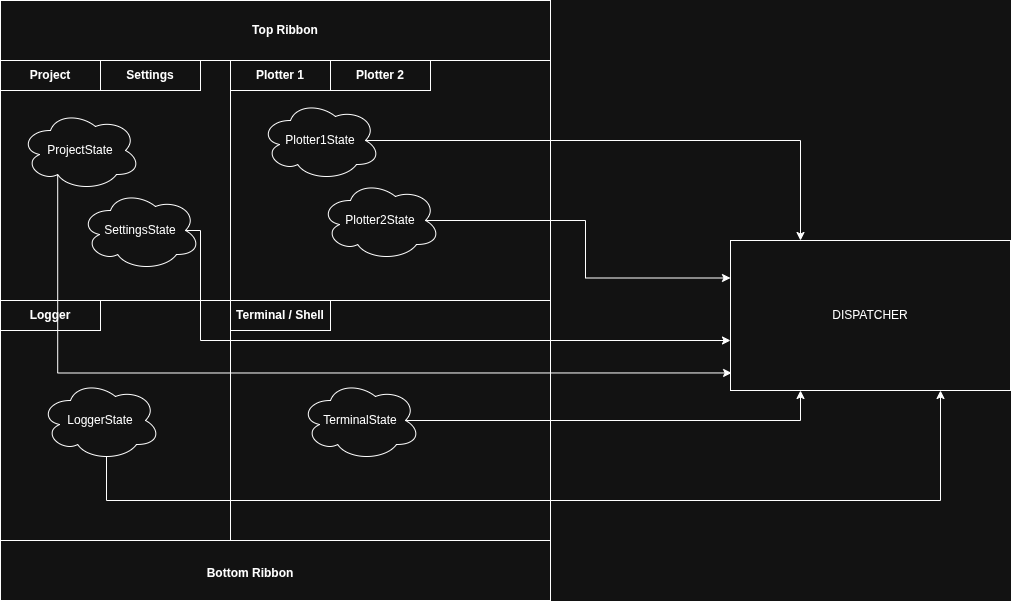
Before: book/src/images/Basic_App_State.drawio.png, a diagram exported from draw.io (saturn77/egui_mobius). Source tidied: cells renumbered, new cells last; positions are measured from the earlier drawing's top-left corner, leaving out a move shared by most shapes. The source it was exported from:
```xml
<mxGraphModel>
  <root>
    <mxCell id="0" />
    <mxCell id="1" parent="0" />
    <mxCell id="2" style="rounded=0;whiteSpace=wrap;html=1;" parent="1" vertex="1">
      <mxGeometry x="230" y="300" width="320" height="240" as="geometry" />
    </mxCell>
    <mxCell id="3" value="Terminal / Shell" style="rounded=0;whiteSpace=wrap;html=1;fontStyle=1;" parent="1" vertex="1">
      <mxGeometry x="230" y="300" width="100" height="30" as="geometry" />
    </mxCell>
    <mxCell id="4" style="rounded=0;whiteSpace=wrap;html=1;" parent="1" vertex="1">
      <mxGeometry x="230" y="60" width="320" height="240" as="geometry" />
    </mxCell>
    <mxCell id="5" value="Plotter 1" style="rounded=0;whiteSpace=wrap;html=1;fontStyle=1;" parent="1" vertex="1">
      <mxGeometry x="230" y="60" width="100" height="30" as="geometry" />
    </mxCell>
    <mxCell id="6" value="Plotter 2" style="rounded=0;whiteSpace=wrap;html=1;fontStyle=1;" parent="1" vertex="1">
      <mxGeometry x="330" y="60" width="100" height="30" as="geometry" />
    </mxCell>
    <mxCell id="7" style="rounded=0;whiteSpace=wrap;html=1;" parent="1" vertex="1">
      <mxGeometry y="60" width="230" height="240" as="geometry" />
    </mxCell>
    <mxCell id="8" value="Project" style="rounded=0;whiteSpace=wrap;html=1;fontStyle=1;" parent="1" vertex="1">
      <mxGeometry y="60" width="100" height="30" as="geometry" />
    </mxCell>
    <mxCell id="9" style="rounded=0;whiteSpace=wrap;html=1;" parent="1" vertex="1">
      <mxGeometry y="300" width="230" height="240" as="geometry" />
    </mxCell>
    <mxCell id="10" value="Logger" style="rounded=0;whiteSpace=wrap;html=1;fontStyle=1;" parent="1" vertex="1">
      <mxGeometry y="300" width="100" height="30" as="geometry" />
    </mxCell>
    <mxCell id="11" style="rounded=0;whiteSpace=wrap;html=1;" parent="1" vertex="1">
      <mxGeometry width="550" height="60" as="geometry" />
    </mxCell>
    <mxCell id="12" value="Top Ribbon" style="text;html=1;whiteSpace=wrap;strokeColor=none;fillColor=none;align=center;verticalAlign=middle;rounded=0;fontStyle=1;" parent="1" vertex="1">
      <mxGeometry x="215" y="17.5" width="140" height="25" as="geometry" />
    </mxCell>
    <mxCell id="13" style="rounded=0;whiteSpace=wrap;html=1;" parent="1" vertex="1">
      <mxGeometry y="540" width="550" height="60" as="geometry" />
    </mxCell>
    <mxCell id="14" value="Settings" style="rounded=0;whiteSpace=wrap;html=1;fontStyle=1;" parent="1" vertex="1">
      <mxGeometry x="100" y="60" width="100" height="30" as="geometry" />
    </mxCell>
    <mxCell id="15" value="Bottom Ribbon" style="text;html=1;whiteSpace=wrap;strokeColor=none;fillColor=none;align=center;verticalAlign=middle;rounded=0;fontStyle=1;" parent="1" vertex="1">
      <mxGeometry x="180" y="560" width="140" height="25" as="geometry" />
    </mxCell>
    <mxCell id="16" value="DISPATCHER" style="rounded=0;whiteSpace=wrap;html=1;" parent="1" vertex="1">
      <mxGeometry x="730" y="240" width="280" height="150" as="geometry" />
    </mxCell>
    <mxCell id="17" style="edgeStyle=orthogonalEdgeStyle;rounded=0;jettySize=auto;html=1;exitX=0.31;exitY=0.8;exitDx=0;exitDy=0;exitPerimeter=0;entryX=0.004;entryY=0.883;entryDx=0;entryDy=0;entryPerimeter=0;" parent="1" edge="1" source="18" target="16">
      <mxGeometry relative="1" as="geometry">
        <Array as="points">
          <mxPoint x="57" y="373" />
        </Array>
      </mxGeometry>
    </mxCell>
    <mxCell id="18" value="ProjectState" style="ellipse;shape=cloud;whiteSpace=wrap;html=1;" parent="1" vertex="1">
      <mxGeometry x="20" y="110" width="120" height="80" as="geometry" />
    </mxCell>
    <mxCell id="19" style="edgeStyle=orthogonalEdgeStyle;rounded=0;jettySize=auto;html=1;exitX=0.875;exitY=0.5;exitDx=0;exitDy=0;exitPerimeter=0;" parent="1" edge="1" source="20" target="16">
      <mxGeometry relative="1" as="geometry">
        <Array as="points">
          <mxPoint x="200" y="230" />
          <mxPoint x="200" y="340" />
        </Array>
      </mxGeometry>
    </mxCell>
    <mxCell id="20" value="SettingsState" style="ellipse;shape=cloud;whiteSpace=wrap;html=1;" parent="1" vertex="1">
      <mxGeometry x="80" y="190" width="120" height="80" as="geometry" />
    </mxCell>
    <mxCell id="21" style="edgeStyle=orthogonalEdgeStyle;rounded=0;jettySize=auto;html=1;exitX=0.875;exitY=0.5;exitDx=0;exitDy=0;exitPerimeter=0;entryX=0.25;entryY=0;entryDx=0;entryDy=0;" parent="1" edge="1" source="22" target="16">
      <mxGeometry relative="1" as="geometry" />
    </mxCell>
    <mxCell id="22" value="Plotter1State" style="ellipse;shape=cloud;whiteSpace=wrap;html=1;" parent="1" vertex="1">
      <mxGeometry x="260" y="100" width="120" height="80" as="geometry" />
    </mxCell>
    <mxCell id="23" style="edgeStyle=orthogonalEdgeStyle;rounded=0;jettySize=auto;html=1;exitX=0.875;exitY=0.5;exitDx=0;exitDy=0;exitPerimeter=0;entryX=0;entryY=0.25;entryDx=0;entryDy=0;" parent="1" edge="1" source="24" target="16">
      <mxGeometry relative="1" as="geometry" />
    </mxCell>
    <mxCell id="24" value="Plotter2State" style="ellipse;shape=cloud;whiteSpace=wrap;html=1;" parent="1" vertex="1">
      <mxGeometry x="320" y="180" width="120" height="80" as="geometry" />
    </mxCell>
    <mxCell id="25" style="edgeStyle=orthogonalEdgeStyle;rounded=0;jettySize=auto;html=1;exitX=0.875;exitY=0.5;exitDx=0;exitDy=0;exitPerimeter=0;entryX=0.25;entryY=1;entryDx=0;entryDy=0;" parent="1" edge="1" source="26" target="16">
      <mxGeometry relative="1" as="geometry" />
    </mxCell>
    <mxCell id="26" value="TerminalState" style="ellipse;shape=cloud;whiteSpace=wrap;html=1;" parent="1" vertex="1">
      <mxGeometry x="300" y="380" width="120" height="80" as="geometry" />
    </mxCell>
    <mxCell id="27" style="edgeStyle=orthogonalEdgeStyle;rounded=0;jettySize=auto;html=1;exitX=0.55;exitY=0.95;exitDx=0;exitDy=0;exitPerimeter=0;entryX=0.75;entryY=1;entryDx=0;entryDy=0;" parent="1" edge="1" source="28" target="16">
      <mxGeometry relative="1" as="geometry">
        <Array as="points">
          <mxPoint x="106" y="500" />
          <mxPoint x="940" y="500" />
        </Array>
      </mxGeometry>
    </mxCell>
    <mxCell id="28" value="LoggerState" style="ellipse;shape=cloud;whiteSpace=wrap;html=1;" parent="1" vertex="1">
      <mxGeometry x="40" y="380" width="120" height="80" as="geometry" />
    </mxCell>
  </root>
</mxGraphModel>
```
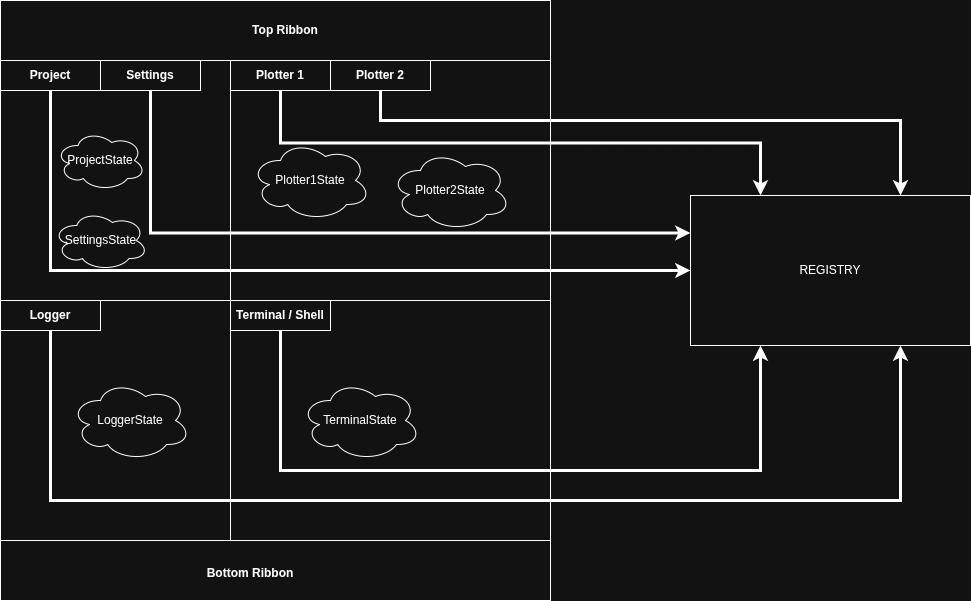
The same diagram one commit later.

Commit message:
docs(book): corrected architecture diagrams — REGISTRY and DISPATCHER split

What changed in the source:
```diff
@@ -23,6 +23,9 @@
     <mxCell id="8" value="Project" style="rounded=0;whiteSpace=wrap;html=1;fontStyle=1;" parent="1" vertex="1">
       <mxGeometry y="60" width="100" height="30" as="geometry" />
     </mxCell>
+    <mxCell id="29" style="edgeStyle=orthogonalEdgeStyle;rounded=0;jettySize=auto;html=1;exitX=0.5;exitY=1;exitDx=0;exitDy=0;entryX=0;entryY=0.5;entryDx=0;entryDy=0;strokeWidth=3;" parent="1" edge="1" source="8" target="16">
+      <mxGeometry relative="1" as="geometry" />
+    </mxCell>
     <mxCell id="9" style="rounded=0;whiteSpace=wrap;html=1;" parent="1" vertex="1">
       <mxGeometry y="300" width="230" height="240" as="geometry" />
     </mxCell>
@@ -44,58 +47,56 @@
     <mxCell id="15" value="Bottom Ribbon" style="text;html=1;whiteSpace=wrap;strokeColor=none;fillColor=none;align=center;verticalAlign=middle;rounded=0;fontStyle=1;" parent="1" vertex="1">
       <mxGeometry x="180" y="560" width="140" height="25" as="geometry" />
     </mxCell>
-    <mxCell id="16" value="DISPATCHER" style="rounded=0;whiteSpace=wrap;html=1;" parent="1" vertex="1">
-      <mxGeometry x="730" y="240" width="280" height="150" as="geometry" />
+    <mxCell id="16" value="REGISTRY" style="rounded=0;whiteSpace=wrap;html=1;" parent="1" vertex="1">
+      <mxGeometry x="690" y="195" width="280" height="150" as="geometry" />
     </mxCell>
-    <mxCell id="17" style="edgeStyle=orthogonalEdgeStyle;rounded=0;jettySize=auto;html=1;exitX=0.31;exitY=0.8;exitDx=0;exitDy=0;exitPerimeter=0;entryX=0.004;entryY=0.883;entryDx=0;entryDy=0;entryPerimeter=0;" parent="1" edge="1" source="18" target="16">
-      <mxGeometry relative="1" as="geometry">
-        <Array as="points">
-          <mxPoint x="57" y="373" />
-        </Array>
-      </mxGeometry>
-    </mxCell>
     <mxCell id="18" value="ProjectState" style="ellipse;shape=cloud;whiteSpace=wrap;html=1;" parent="1" vertex="1">
-      <mxGeometry x="20" y="110" width="120" height="80" as="geometry" />
+      <mxGeometry x="55" y="130" width="90" height="60" as="geometry" />
     </mxCell>
-    <mxCell id="19" style="edgeStyle=orthogonalEdgeStyle;rounded=0;jettySize=auto;html=1;exitX=0.875;exitY=0.5;exitDx=0;exitDy=0;exitPerimeter=0;" parent="1" edge="1" source="20" target="16">
-      <mxGeometry relative="1" as="geometry">
-        <Array as="points">
-          <mxPoint x="200" y="230" />
-          <mxPoint x="200" y="340" />
-        </Array>
-      </mxGeometry>
-    </mxCell>
-    <mxCell id="20" value="SettingsState" style="ellipse;shape=cloud;whiteSpace=wrap;html=1;" parent="1" vertex="1">
-      <mxGeometry x="80" y="190" width="120" height="80" as="geometry" />
-    </mxCell>
-    <mxCell id="21" style="edgeStyle=orthogonalEdgeStyle;rounded=0;jettySize=auto;html=1;exitX=0.875;exitY=0.5;exitDx=0;exitDy=0;exitPerimeter=0;entryX=0.25;entryY=0;entryDx=0;entryDy=0;" parent="1" edge="1" source="22" target="16">
+    <mxCell id="21" style="edgeStyle=orthogonalEdgeStyle;rounded=0;jettySize=auto;html=1;entryX=0.25;entryY=0;entryDx=0;entryDy=0;strokeWidth=3;exitX=0.5;exitY=1;exitDx=0;exitDy=0;" parent="1" edge="1" source="5" target="16">
       <mxGeometry relative="1" as="geometry" />
     </mxCell>
     <mxCell id="22" value="Plotter1State" style="ellipse;shape=cloud;whiteSpace=wrap;html=1;" parent="1" vertex="1">
-      <mxGeometry x="260" y="100" width="120" height="80" as="geometry" />
+      <mxGeometry x="250" y="140" width="120" height="80" as="geometry" />
     </mxCell>
-    <mxCell id="23" style="edgeStyle=orthogonalEdgeStyle;rounded=0;jettySize=auto;html=1;exitX=0.875;exitY=0.5;exitDx=0;exitDy=0;exitPerimeter=0;entryX=0;entryY=0.25;entryDx=0;entryDy=0;" parent="1" edge="1" source="24" target="16">
-      <mxGeometry relative="1" as="geometry" />
-    </mxCell>
     <mxCell id="24" value="Plotter2State" style="ellipse;shape=cloud;whiteSpace=wrap;html=1;" parent="1" vertex="1">
-      <mxGeometry x="320" y="180" width="120" height="80" as="geometry" />
+      <mxGeometry x="390" y="150" width="120" height="80" as="geometry" />
     </mxCell>
-    <mxCell id="25" style="edgeStyle=orthogonalEdgeStyle;rounded=0;jettySize=auto;html=1;exitX=0.875;exitY=0.5;exitDx=0;exitDy=0;exitPerimeter=0;entryX=0.25;entryY=1;entryDx=0;entryDy=0;" parent="1" edge="1" source="26" target="16">
-      <mxGeometry relative="1" as="geometry" />
+    <mxCell id="25" style="edgeStyle=orthogonalEdgeStyle;rounded=0;jettySize=auto;html=1;entryX=0.25;entryY=1;entryDx=0;entryDy=0;strokeWidth=3;exitX=0.5;exitY=1;exitDx=0;exitDy=0;" parent="1" edge="1" source="3" target="16">
+      <mxGeometry relative="1" as="geometry">
+        <Array as="points">
+          <mxPoint x="280" y="470" />
+          <mxPoint x="760" y="470" />
+        </Array>
+      </mxGeometry>
     </mxCell>
     <mxCell id="26" value="TerminalState" style="ellipse;shape=cloud;whiteSpace=wrap;html=1;" parent="1" vertex="1">
       <mxGeometry x="300" y="380" width="120" height="80" as="geometry" />
     </mxCell>
-    <mxCell id="27" style="edgeStyle=orthogonalEdgeStyle;rounded=0;jettySize=auto;html=1;exitX=0.55;exitY=0.95;exitDx=0;exitDy=0;exitPerimeter=0;entryX=0.75;entryY=1;entryDx=0;entryDy=0;" parent="1" edge="1" source="28" target="16">
+    <mxCell id="27" style="edgeStyle=orthogonalEdgeStyle;rounded=0;jettySize=auto;html=1;exitX=0.5;exitY=1;exitDx=0;exitDy=0;entryX=0.75;entryY=1;entryDx=0;entryDy=0;strokeWidth=3;" parent="1" edge="1" source="10" target="16">
       <mxGeometry relative="1" as="geometry">
         <Array as="points">
-          <mxPoint x="106" y="500" />
-          <mxPoint x="940" y="500" />
+          <mxPoint x="50" y="500" />
+          <mxPoint x="900" y="500" />
         </Array>
       </mxGeometry>
     </mxCell>
     <mxCell id="28" value="LoggerState" style="ellipse;shape=cloud;whiteSpace=wrap;html=1;" parent="1" vertex="1">
-      <mxGeometry x="40" y="380" width="120" height="80" as="geometry" />
+      <mxGeometry x="70" y="380" width="120" height="80" as="geometry" />
     </mxCell>
+    <mxCell id="30" style="edgeStyle=orthogonalEdgeStyle;rounded=0;jettySize=auto;html=1;exitX=0.5;exitY=1;exitDx=0;exitDy=0;entryX=0;entryY=0.25;entryDx=0;entryDy=0;strokeWidth=3;" parent="1" edge="1" source="14" target="16">
+      <mxGeometry relative="1" as="geometry" />
+    </mxCell>
+    <mxCell id="31" style="edgeStyle=orthogonalEdgeStyle;rounded=0;jettySize=auto;html=1;strokeWidth=3;exitX=0.5;exitY=1;exitDx=0;exitDy=0;entryX=0.75;entryY=0;entryDx=0;entryDy=0;" parent="1" edge="1" source="6" target="16">
+      <mxGeometry relative="1" as="geometry">
+        <Array as="points">
+          <mxPoint x="380" y="120" />
+          <mxPoint x="900" y="120" />
+        </Array>
+      </mxGeometry>
+    </mxCell>
+    <mxCell id="20" value="SettingsState" style="ellipse;shape=cloud;whiteSpace=wrap;html=1;" parent="1" vertex="1">
+      <mxGeometry x="52.5" y="210" width="95" height="60" as="geometry" />
+    </mxCell>
   </root>
 </mxGraphModel>
```
